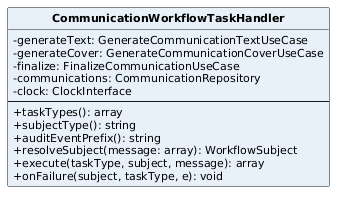
Before: PB/Specifica Tecnica/ImmaginiSpecificaTecnica/ClassiSingoleCommunications/CommunicationWorkflowTaskHandler.png, a diagram exported from PlantUML (aLittleByte-19/Documentazione).
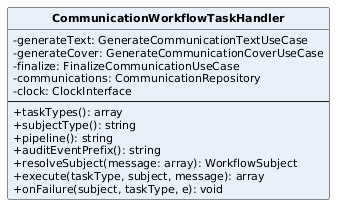
After the commit.

Change to the diagram source:
```diff
@@ -14,6 +14,7 @@
   --
   +taskTypes(): array
   +subjectType(): string
+  +pipeline(): string
   +auditEventPrefix(): string
   +resolveSubject(message: array): WorkflowSubject
   +execute(taskType, subject, message): array
```
